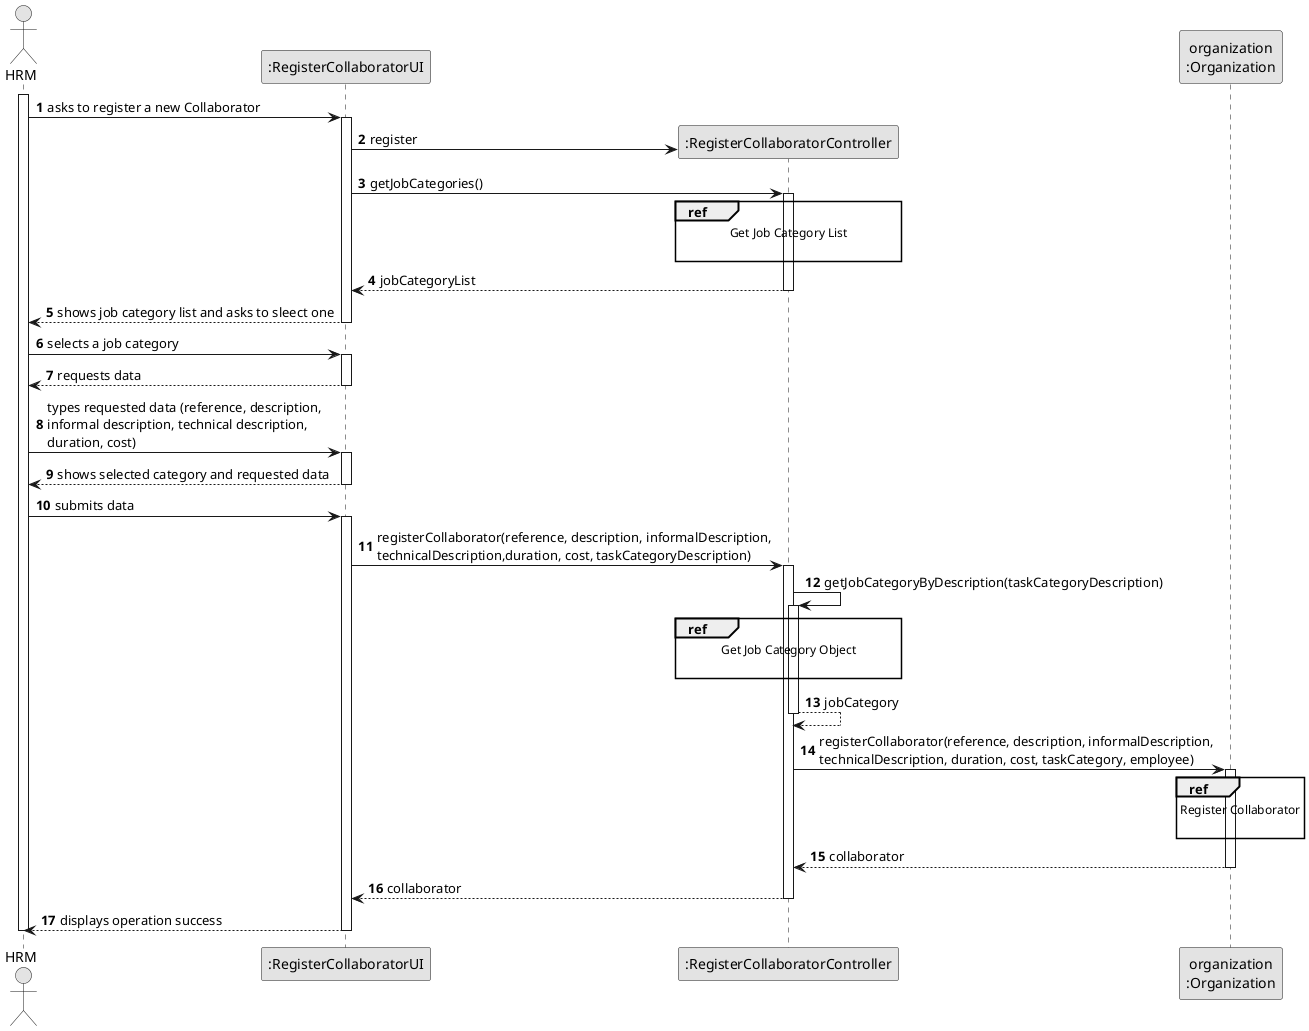
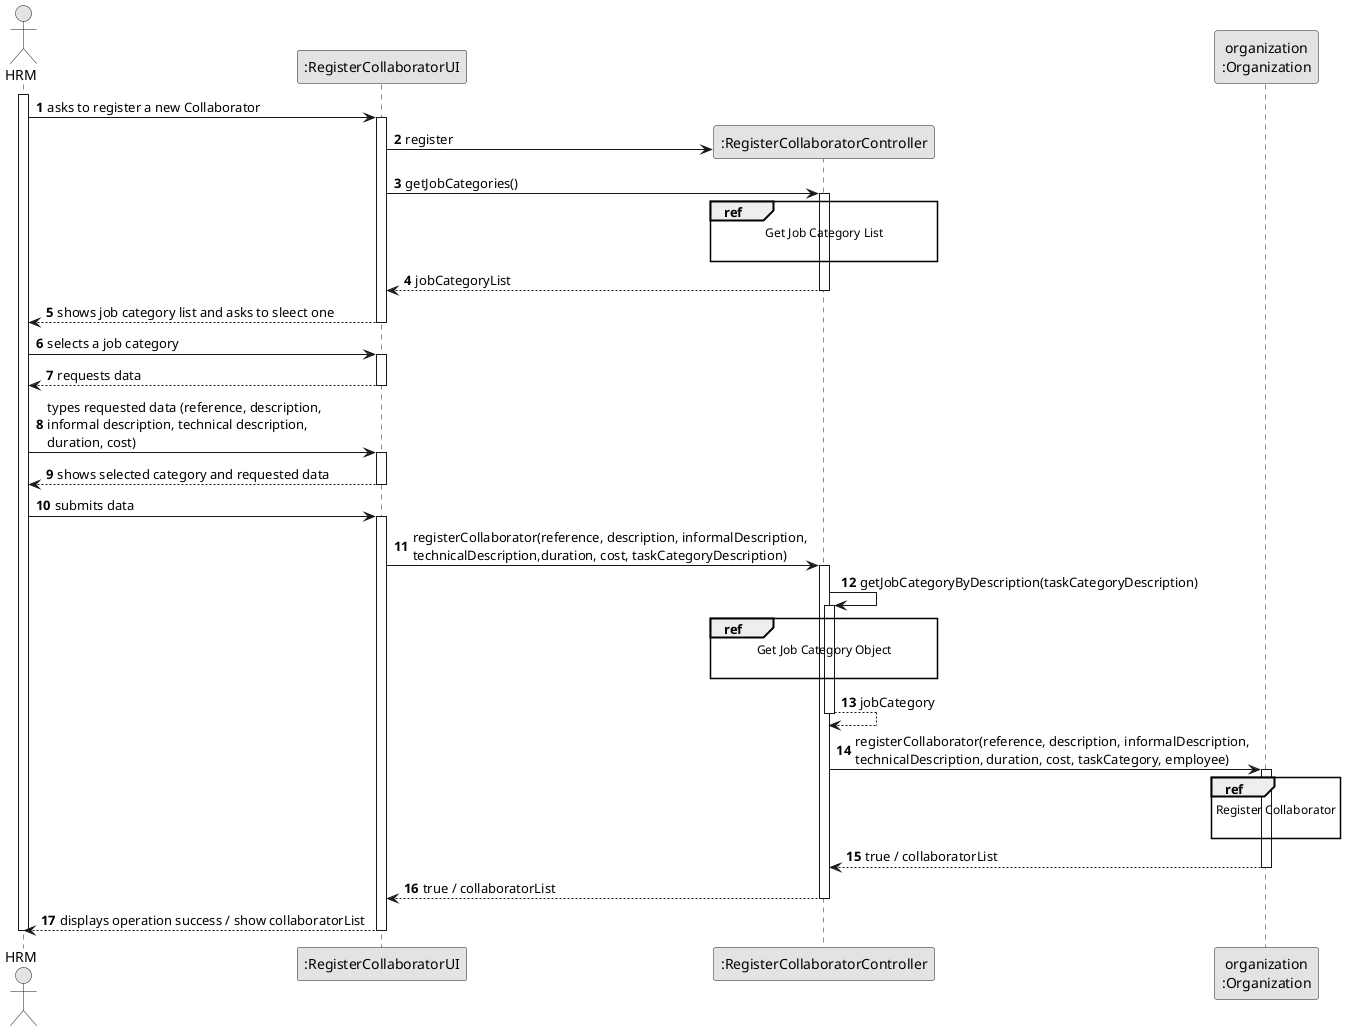
@startuml
skinparam monochrome true
skinparam packageStyle rectangle
skinparam shadowing false

autonumber

'hide footbox
actor "HRM" as ADM
participant ":RegisterCollaboratorUI" as UI
participant ":RegisterCollaboratorController" as CTRL
participant "organization\n:Organization" as ORG

activate ADM

    ADM -> UI : asks to register a new Collaborator

    activate UI

        UI -> CTRL** : register
        UI -> CTRL : getJobCategories()
        ref over CTRL
            Get Job Category List

        end ref

        activate CTRL

            CTRL --> UI : jobCategoryList
        deactivate CTRL

        UI --> ADM : shows job category list and asks to sleect one
    deactivate UI

    ADM -> UI : selects a job category
    activate UI

        UI --> ADM : requests data
    deactivate UI

    ADM -> UI : types requested data (reference, description,\ninformal description, technical description,\nduration, cost)
    activate UI

        UI --> ADM : shows selected category and requested data
    deactivate UI

    ADM -> UI : submits data
    activate UI

        UI -> CTRL : registerCollaborator(reference, description, informalDescription,\ntechnicalDescription,duration, cost, taskCategoryDescription)
        activate CTRL

            CTRL -> CTRL : getJobCategoryByDescription(taskCategoryDescription)
            activate CTRL

                ref over CTRL
                    Get Job Category Object

                end ref

                CTRL --> CTRL : jobCategory
            deactivate CTRL


            CTRL -> ORG: registerCollaborator(reference, description, informalDescription,\ntechnicalDescription, duration, cost, taskCategory, employee)
            activate ORG

                ref over ORG
                    Register Collaborator

                end

-                 ORG --> CTRL : collaborator
-             deactivate ORG

-             CTRL --> UI: collaborator
-             deactivate CTRL
-             UI --> ADM: displays operation success
+             ORG --> CTRL : true / collaboratorList
+ 
+                        deactivate ORG
+ 
+                        CTRL --> UI: true / collaboratorList
+                        deactivate CTRL
+                        UI --> ADM : displays operation success / show collaboratorList
    deactivate UI

deactivate ADM

@enduml